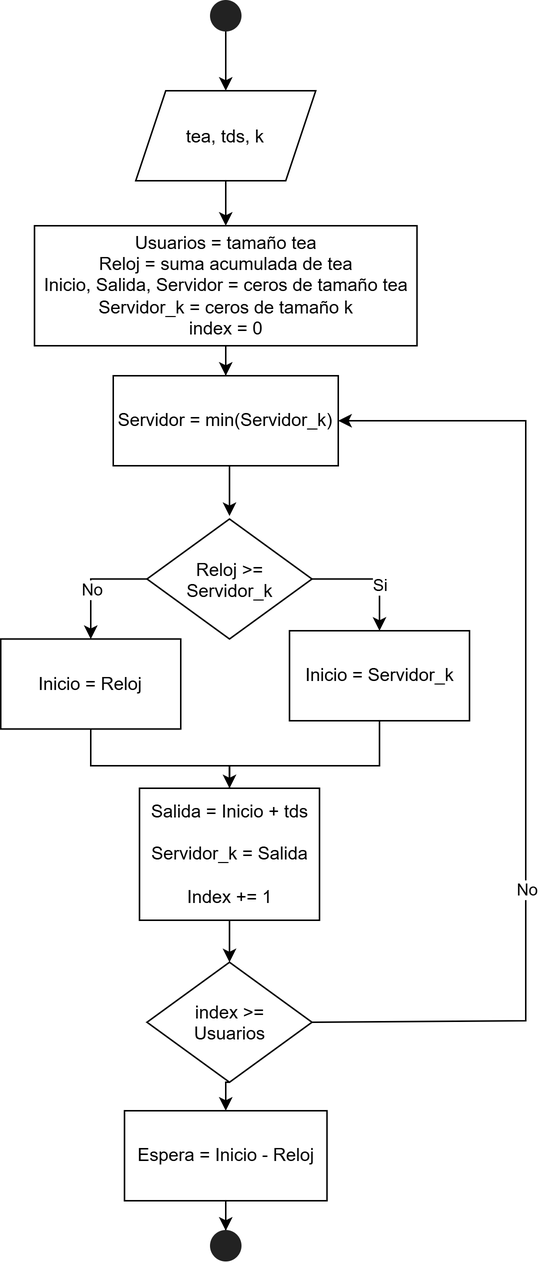
This is informe/diagramaFlujoMMK.png from dogeuf02/HerramientasMatematicas_ACTGrupal2, a draw.io export, as it was before one commit. Source tidied: cells renumbered, new cells last; positions are measured from the earlier drawing's top-left corner, leaving out a move shared by most shapes.
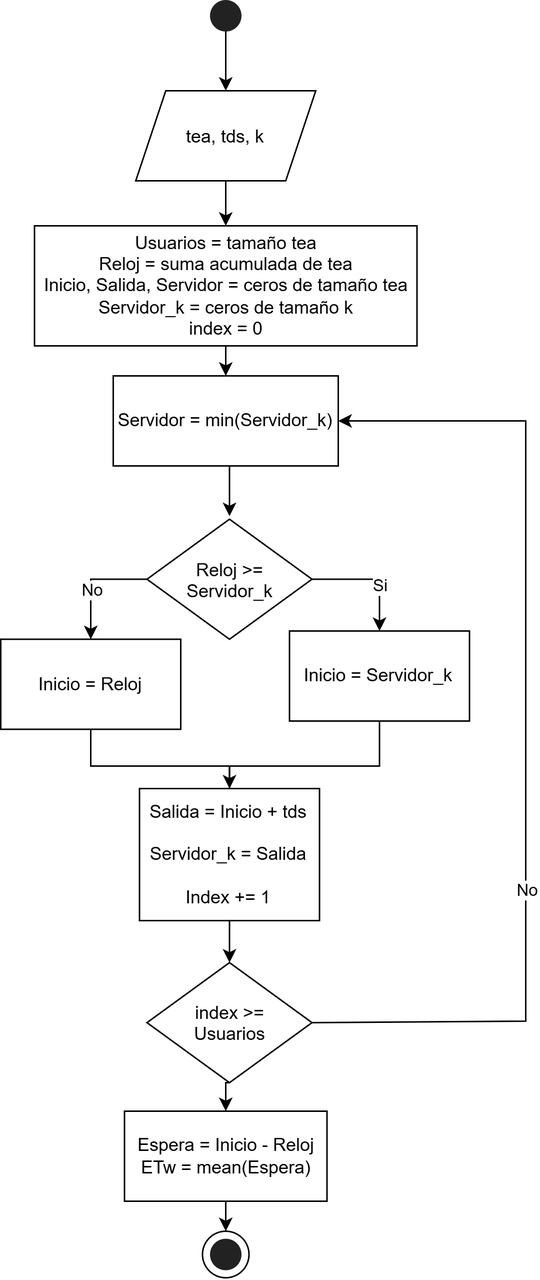
Later version of the same file.

The edit, as a diff of the source:
```diff
@@ -20,7 +20,7 @@
         <mxPoint x="152.5" y="343.5" as="targetPoint" />
       </mxGeometry>
     </mxCell>
-    <mxCell id="7" value="&lt;div&gt;Usuarios = tamaño tea&lt;/div&gt;Reloj = suma acumulada de tea&lt;br style=&quot;padding: 0px; margin: 0px;&quot;&gt;Inicio, Salida, Servidor = ceros de tamaño tea&lt;br style=&quot;padding: 0px; margin: 0px;&quot;&gt;Servidor_k = ceros de tamaño k&lt;br style=&quot;padding: 0px; margin: 0px;&quot;&gt;index = 0" style="rounded=0;whiteSpace=wrap;html=1;" parent="1" vertex="1">
+    <mxCell id="7" value="&lt;div&gt;Usuarios = tamaño tea&lt;/div&gt;Reloj = suma acumulada de tea&lt;br style=&quot;padding: 0px; margin: 0px;&quot;&gt;Inicio, Salida, Servidor = ceros de tamaño tea&lt;br style=&quot;padding: 0px; margin: 0px;&quot;&gt;Servidor_k = ceros de tamaño k&lt;div&gt;index = 0&lt;/div&gt;" style="rounded=0;whiteSpace=wrap;html=1;" parent="1" vertex="1">
       <mxGeometry x="22.5" y="150" width="255" height="80" as="geometry" />
     </mxCell>
     <mxCell id="8" style="edgeStyle=orthogonalEdgeStyle;rounded=0;jettySize=auto;html=1;exitX=0;exitY=0.5;exitDx=0;exitDy=0;entryX=0.5;entryY=0;entryDx=0;entryDy=0;defaultLabelBackgroundColor=page;" parent="1" edge="1" source="12" target="14">
@@ -84,7 +84,7 @@
     <mxCell id="22" value="index &amp;gt;= Usuarios" style="rhombus;whiteSpace=wrap;html=1;shapeInside=1;" parent="1" vertex="1">
       <mxGeometry x="97.5" y="641" width="110" height="80" as="geometry" />
     </mxCell>
-    <mxCell id="23" value="Espera = Inicio - Reloj" style="rounded=0;whiteSpace=wrap;html=1;" parent="1" vertex="1">
+    <mxCell id="23" value="Espera = Inicio - Reloj&lt;div&gt;ETw = mean(Espera)&lt;/div&gt;" style="rounded=0;whiteSpace=wrap;html=1;" parent="1" vertex="1">
       <mxGeometry x="82.5" y="740" width="135" height="60" as="geometry" />
     </mxCell>
     <mxCell id="24" style="edgeStyle=orthogonalEdgeStyle;rounded=0;jettySize=auto;html=1;defaultLabelBackgroundColor=page;" parent="1" edge="1" source="7" target="25">
@@ -93,11 +93,17 @@
     <mxCell id="25" value="Servidor = min(Servidor_k)" style="rounded=0;whiteSpace=wrap;html=1;" parent="1" vertex="1">
       <mxGeometry x="75" y="250" width="150" height="60" as="geometry" />
     </mxCell>
-    <mxCell id="26" style="edgeStyle=orthogonalEdgeStyle;rounded=0;jettySize=auto;html=1;exitX=0.5;exitY=1;exitDx=0;exitDy=0;defaultLabelBackgroundColor=page;" parent="1" edge="1" source="23" target="27">
+    <mxCell id="26" style="edgeStyle=orthogonalEdgeStyle;rounded=0;jettySize=auto;html=1;exitX=0.5;exitY=1;exitDx=0;exitDy=0;defaultLabelBackgroundColor=page;entryX=0.5;entryY=0;entryDx=0;entryDy=0;" parent="1" edge="1" source="23" target="29">
       <mxGeometry relative="1" as="geometry" />
     </mxCell>
+    <mxCell id="28" style="group;" parent="1" vertex="1">
+      <mxGeometry x="134.5" y="820" width="31" height="31" as="geometry" />
+    </mxCell>
-    <mxCell id="27" style="ellipse;fillColor=#222222;strokeColor=#222222;rounded=1;arcSize=8;absoluteArcSize=1;shadow=0;fontSize=12;fontFamily=Arial;" parent="1" vertex="1">
-      <mxGeometry x="140" y="820" width="20" height="20" as="geometry" />
+    <mxCell id="27" style="ellipse;fillColor=#222222;strokeColor=#222222;rounded=1;arcSize=8;absoluteArcSize=1;shadow=0;fontSize=12;fontFamily=Arial;" parent="28" vertex="1">
+      <mxGeometry x="5.5" y="5.5" width="20" height="20" as="geometry" />
     </mxCell>
+    <mxCell id="29" style="ellipse;whiteSpace=wrap;html=1;shapeInside=1;fillColor=none;" parent="28" vertex="1">
+      <mxGeometry width="31" height="31" as="geometry" />
+    </mxCell>
   </root>
 </mxGraphModel>
```
